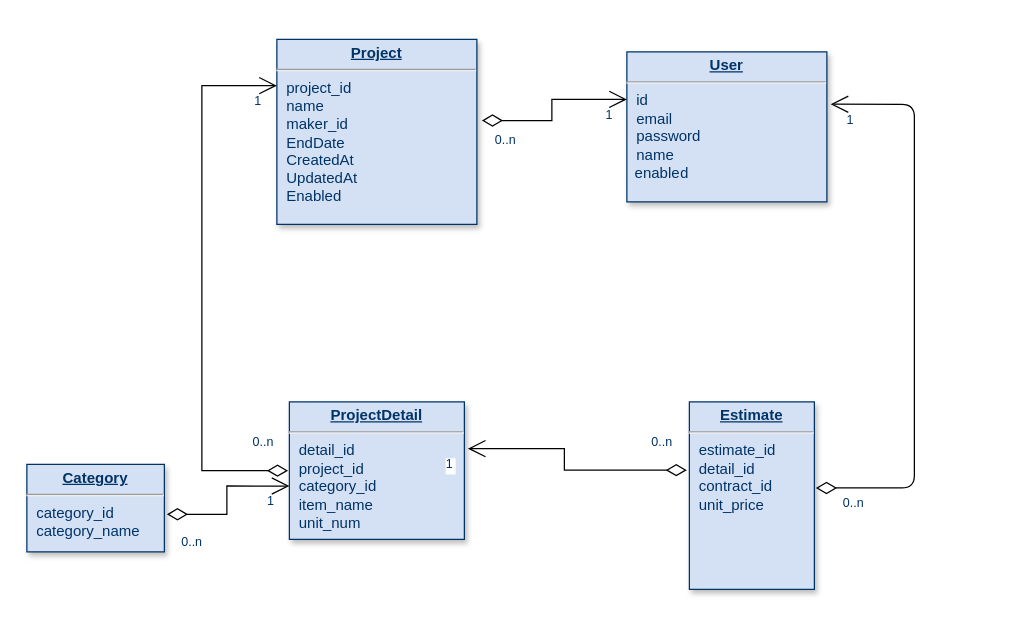
Above: Gs.drawio in xkeiji/gs_table (draw.io), before the change. Source tidied: cells renumbered, new cells numbered last; positions are measured from the earlier drawing's top-left corner, leaving out a move shared by most shapes. Both pictures are drawn from the tidied source at 125%, with x=0, y=0 at pixel (26, 39).
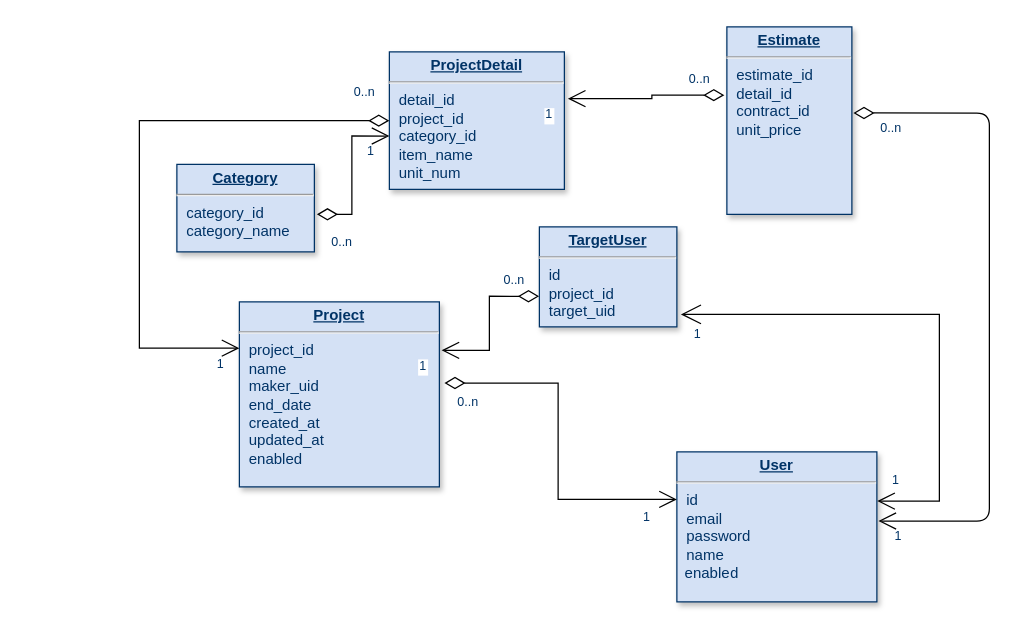
Above is the later version.

The change refers to these unchanged cells:
```xml
<mxCell id="5" style="endArrow=open;endSize=12;startArrow=diamondThin;startSize=14;startFill=0;edgeStyle=orthogonalEdgeStyle;exitX=1.025;exitY=0.439;rounded=0;entryX=0;entryY=0.317;entryDx=0;entryDy=0;entryPerimeter=0;exitDx=0;exitDy=0;exitPerimeter=0;" parent="1" edge="1" source="3" target="2">
  <mxGeometry x="559.4" y="60" as="geometry" />
</mxCell>
```

Change to the diagram source:
```diff
@@
     <mxCell id="2" value="&lt;p style=&quot;margin: 0px ; margin-top: 4px ; text-align: center ; text-decoration: underline&quot;&gt;&lt;strong&gt;User&lt;/strong&gt;&lt;/p&gt;&lt;hr&gt;&lt;p style=&quot;margin: 0px ; margin-left: 8px&quot;&gt;id&lt;/p&gt;&lt;p style=&quot;margin: 0px ; margin-left: 8px&quot;&gt;email&lt;br&gt;&lt;/p&gt;&lt;p style=&quot;margin: 0px ; margin-left: 8px&quot;&gt;password&lt;br&gt;&lt;/p&gt;&lt;p style=&quot;margin: 0px ; margin-left: 8px&quot;&gt;name&lt;br&gt;&lt;/p&gt;&amp;nbsp; enable&lt;code&gt;d&lt;/code&gt;" style="verticalAlign=top;align=left;overflow=fill;fontSize=12;fontFamily=Helvetica;html=1;strokeColor=#003366;shadow=1;fillColor=#D4E1F5;fontColor=#003366;" parent="1" vertex="1">
-      <mxGeometry x="480" y="10" width="160" height="120" as="geometry" />
+      <mxGeometry x="520" y="330" width="160" height="120" as="geometry" />
     </mxCell>
-    <mxCell id="3" value="&lt;p style=&quot;margin: 0px ; margin-top: 4px ; text-align: center ; text-decoration: underline&quot;&gt;&lt;strong&gt;Project&lt;/strong&gt;&lt;/p&gt;&lt;hr&gt;&lt;p style=&quot;margin: 0px ; margin-left: 8px&quot;&gt;project_id&lt;/p&gt;&lt;p style=&quot;margin: 0px ; margin-left: 8px&quot;&gt;name&lt;/p&gt;&lt;p style=&quot;margin: 0px ; margin-left: 8px&quot;&gt;&lt;span style=&quot;white-space: pre&quot;&gt;maker_id&lt;/span&gt;&lt;/p&gt;&lt;p style=&quot;margin: 0px ; margin-left: 8px&quot;&gt;EndDate&lt;/p&gt;&lt;p style=&quot;margin: 0px ; margin-left: 8px&quot;&gt;CreatedAt&lt;/p&gt;&lt;p style=&quot;margin: 0px ; margin-left: 8px&quot;&gt;UpdatedAt&lt;/p&gt;&lt;p style=&quot;margin: 0px ; margin-left: 8px&quot;&gt;Enabled&lt;br&gt;&lt;/p&gt;" style="verticalAlign=top;align=left;overflow=fill;fontSize=12;fontFamily=Helvetica;html=1;strokeColor=#003366;shadow=1;fillColor=#D4E1F5;fontColor=#003366;" parent="1" vertex="1">
-      <mxGeometry x="200" width="160" height="148" as="geometry" />
+    <mxCell id="3" value="&lt;p style=&quot;margin: 0px ; margin-top: 4px ; text-align: center ; text-decoration: underline&quot;&gt;&lt;strong&gt;Project&lt;/strong&gt;&lt;/p&gt;&lt;hr&gt;&lt;p style=&quot;margin: 0px ; margin-left: 8px&quot;&gt;project_id&lt;/p&gt;&lt;p style=&quot;margin: 0px ; margin-left: 8px&quot;&gt;name&lt;/p&gt;&lt;p style=&quot;margin: 0px ; margin-left: 8px&quot;&gt;&lt;span style=&quot;white-space: pre&quot;&gt;maker_uid&lt;/span&gt;&lt;/p&gt;&lt;p style=&quot;margin: 0px ; margin-left: 8px&quot;&gt;end_date&lt;/p&gt;&lt;p style=&quot;margin: 0px ; margin-left: 8px&quot;&gt;created_at&lt;/p&gt;&lt;p style=&quot;margin: 0px ; margin-left: 8px&quot;&gt;updated_at&lt;/p&gt;&lt;p style=&quot;margin: 0px ; margin-left: 8px&quot;&gt;enabled&lt;br&gt;&lt;/p&gt;" style="verticalAlign=top;align=left;overflow=fill;fontSize=12;fontFamily=Helvetica;html=1;strokeColor=#003366;shadow=1;fillColor=#D4E1F5;fontColor=#003366;" parent="1" vertex="1">
+      <mxGeometry x="170" y="210" width="160" height="148" as="geometry" />
     </mxCell>
     <mxCell id="4" value="&lt;p style=&quot;margin: 0px ; margin-top: 4px ; text-align: center ; text-decoration: underline&quot;&gt;&lt;strong&gt;ProjectDetail&lt;/strong&gt;&lt;/p&gt;&lt;hr&gt;&lt;p style=&quot;margin: 0px ; margin-left: 8px&quot;&gt;detail_id&lt;/p&gt;&lt;p style=&quot;margin: 0px ; margin-left: 8px&quot;&gt;project_id&lt;/p&gt;&lt;p style=&quot;margin: 0px ; margin-left: 8px&quot;&gt;category_id&lt;br&gt;&lt;/p&gt;&lt;p style=&quot;margin: 0px ; margin-left: 8px&quot;&gt;item_name&lt;/p&gt;&lt;p style=&quot;margin: 0px ; margin-left: 8px&quot;&gt;unit_num&lt;/p&gt;" style="verticalAlign=top;align=left;overflow=fill;fontSize=12;fontFamily=Helvetica;html=1;strokeColor=#003366;shadow=1;fillColor=#D4E1F5;fontColor=#003366;" parent="1" vertex="1">
-      <mxGeometry x="210" y="290" width="140" height="110" as="geometry" />
+      <mxGeometry x="290" y="10" width="140" height="110" as="geometry" />
     </mxCell>
@@
     <mxCell id="7" value="1" style="align=right;verticalAlign=top;labelBackgroundColor=#ffffff;fontSize=10;strokeColor=#003366;shadow=1;fillColor=#D4E1F5;fontColor=#003366;" parent="5" vertex="1">
       <mxGeometry x="1" relative="1" as="geometry">
-        <mxPoint x="-10" as="offset" />
+        <mxPoint x="-20" y="2" as="offset" />
       </mxGeometry>
     </mxCell>
-    <mxCell id="8" style="endArrow=open;endSize=12;startArrow=diamondThin;startSize=14;startFill=0;edgeStyle=orthogonalEdgeStyle;entryX=0;entryY=0.25;rounded=0;entryDx=0;entryDy=0;" parent="1" edge="1" target="3">
+    <mxCell id="8" style="endArrow=open;endSize=12;startArrow=diamondThin;startSize=14;startFill=0;edgeStyle=orthogonalEdgeStyle;entryX=0;entryY=0.25;rounded=0;entryDx=0;entryDy=0;exitX=0;exitY=0.5;exitDx=0;exitDy=0;" parent="1" edge="1" source="4" target="3">
       <mxGeometry x="209.4" y="430" as="geometry">
-        <mxPoint x="209" y="345" as="sourcePoint" />
         <Array as="points">
-          <mxPoint x="140" y="345" />
-          <mxPoint x="140" y="37" />
+          <mxPoint x="90" y="65" />
+          <mxPoint x="90" y="247" />
         </Array>
       </mxGeometry>
     </mxCell>
@@
-    <mxCell id="11" style="endArrow=open;endSize=12;startArrow=diamondThin;startSize=14;startFill=0;edgeStyle=orthogonalEdgeStyle;exitX=1.012;exitY=0.459;exitDx=0;exitDy=0;exitPerimeter=0;entryX=1.019;entryY=0.349;entryDx=0;entryDy=0;entryPerimeter=0;" parent="1" edge="1" source="18" target="2">
+    <mxCell id="11" style="endArrow=open;endSize=12;startArrow=diamondThin;startSize=14;startFill=0;edgeStyle=orthogonalEdgeStyle;exitX=1.012;exitY=0.459;exitDx=0;exitDy=0;exitPerimeter=0;entryX=1.008;entryY=0.461;entryDx=0;entryDy=0;entryPerimeter=0;" parent="1" edge="1" source="18" target="2">
       <mxGeometry x="159.4" y="-30" as="geometry">
         <Array as="points">
-          <mxPoint x="710" y="359" />
-          <mxPoint x="710" y="52" />
+          <mxPoint x="770" y="59" />
+          <mxPoint x="770" y="385" />
+          <mxPoint x="681" y="385" />
         </Array>
       </mxGeometry>
     </mxCell>
@@
     <mxCell id="17" value="&lt;p style=&quot;margin: 0px ; margin-top: 4px ; text-align: center ; text-decoration: underline&quot;&gt;&lt;strong&gt;Category&lt;/strong&gt;&lt;/p&gt;&lt;hr&gt;&lt;p style=&quot;margin: 0px ; margin-left: 8px&quot;&gt;category_id&lt;/p&gt;&lt;p style=&quot;margin: 0px ; margin-left: 8px&quot;&gt;category_name&lt;/p&gt;" style="verticalAlign=top;align=left;overflow=fill;fontSize=12;fontFamily=Helvetica;html=1;strokeColor=#003366;shadow=1;fillColor=#D4E1F5;fontColor=#003366;" parent="1" vertex="1">
-      <mxGeometry y="340" width="110" height="70" as="geometry" />
+      <mxGeometry x="120" y="100" width="110" height="70" as="geometry" />
     </mxCell>
     <mxCell id="18" value="&lt;p style=&quot;margin: 0px ; margin-top: 4px ; text-align: center ; text-decoration: underline&quot;&gt;&lt;strong&gt;Estimate&lt;/strong&gt;&lt;/p&gt;&lt;hr&gt;&lt;p style=&quot;margin: 0px ; margin-left: 8px&quot;&gt;estimate_id&lt;/p&gt;&lt;p style=&quot;margin: 0px ; margin-left: 8px&quot;&gt;detail_id&lt;/p&gt;&lt;p style=&quot;margin: 0px ; margin-left: 8px&quot;&gt;contract_id&lt;/p&gt;&lt;p style=&quot;margin: 0px ; margin-left: 8px&quot;&gt;unit_price&lt;/p&gt;&lt;p style=&quot;margin: 0px ; margin-left: 8px&quot;&gt;&lt;br&gt;&lt;/p&gt;&lt;p style=&quot;margin: 0px ; margin-left: 8px&quot;&gt;&lt;br&gt;&lt;/p&gt;" style="verticalAlign=top;align=left;overflow=fill;fontSize=12;fontFamily=Helvetica;html=1;strokeColor=#003366;shadow=1;fillColor=#D4E1F5;fontColor=#003366;" parent="1" vertex="1">
-      <mxGeometry x="530" y="290" width="100" height="150" as="geometry" />
+      <mxGeometry x="560" y="-10" width="100" height="150" as="geometry" />
     </mxCell>
     <mxCell id="19" style="endArrow=open;endSize=12;startArrow=diamondThin;startSize=14;startFill=0;edgeStyle=orthogonalEdgeStyle;entryX=1.02;entryY=0.34;rounded=0;entryDx=0;entryDy=0;entryPerimeter=0;exitX=-0.02;exitY=0.364;exitDx=0;exitDy=0;exitPerimeter=0;" parent="1" edge="1" source="18" target="4">
       <mxGeometry x="219.4" y="440" as="geometry">
         <Array as="points">
-          <mxPoint x="430" y="345" />
-          <mxPoint x="430" y="327" />
-          <mxPoint x="353" y="327" />
+          <mxPoint x="500" y="45" />
+          <mxPoint x="500" y="47" />
         </Array>
       </mxGeometry>
     </mxCell>
     <mxCell id="20" value="0..n" style="align=left;verticalAlign=top;labelBackgroundColor=#ffffff;fontSize=10;strokeColor=#003366;shadow=1;fillColor=#D4E1F5;fontColor=#003366;" parent="19" vertex="1">
       <mxGeometry x="-1" relative="1" as="geometry">
-        <mxPoint x="-30" y="-35" as="offset" />
+        <mxPoint x="-30" y="-25" as="offset" />
       </mxGeometry>
     </mxCell>
@@
+    <mxCell id="22" value="&lt;p style=&quot;margin: 0px ; margin-top: 4px ; text-align: center ; text-decoration: underline&quot;&gt;&lt;strong&gt;TargetUser&lt;/strong&gt;&lt;/p&gt;&lt;hr&gt;&lt;p style=&quot;margin: 0px ; margin-left: 8px&quot;&gt;id&lt;/p&gt;&lt;p style=&quot;margin: 0px ; margin-left: 8px&quot;&gt;project_id&lt;br&gt;&lt;/p&gt;&lt;p style=&quot;margin: 0px ; margin-left: 8px&quot;&gt;target_uid&lt;/p&gt;" style="verticalAlign=top;align=left;overflow=fill;fontSize=12;fontFamily=Helvetica;html=1;strokeColor=#003366;shadow=1;fillColor=#D4E1F5;fontColor=#003366;" parent="1" vertex="1">
+      <mxGeometry x="410" y="150" width="110" height="80" as="geometry" />
+    </mxCell>
+    <mxCell id="23" style="endArrow=open;endSize=12;startArrow=diamondThin;startSize=14;startFill=0;edgeStyle=orthogonalEdgeStyle;entryX=1.011;entryY=0.262;rounded=0;entryDx=0;entryDy=0;entryPerimeter=0;exitX=-0.002;exitY=0.694;exitDx=0;exitDy=0;exitPerimeter=0;" parent="1" edge="1" source="22" target="3">
+      <mxGeometry x="116.6" y="635.4" as="geometry">
+        <Array as="points">
+          <mxPoint x="370" y="206" />
+          <mxPoint x="370" y="249" />
+          <mxPoint x="332" y="249" />
+        </Array>
+      </mxGeometry>
+    </mxCell>
+    <mxCell id="24" value="0..n" style="align=left;verticalAlign=top;labelBackgroundColor=#ffffff;fontSize=10;strokeColor=#003366;shadow=1;fillColor=#D4E1F5;fontColor=#003366;" parent="23" vertex="1">
+      <mxGeometry x="-1" relative="1" as="geometry">
+        <mxPoint x="-30" y="-25" as="offset" />
+      </mxGeometry>
+    </mxCell>
+    <mxCell id="25" value="1" style="align=right;verticalAlign=top;labelBackgroundColor=#ffffff;fontSize=10;strokeColor=#003366;shadow=1;fillColor=#D4E1F5;fontColor=#003366;" parent="23" vertex="1">
+      <mxGeometry x="1" relative="1" as="geometry">
+        <mxPoint x="-11.1" as="offset" />
+      </mxGeometry>
+    </mxCell>
+    <mxCell id="26" style="endArrow=open;endSize=12;startArrow=open;startSize=14;startFill=0;edgeStyle=orthogonalEdgeStyle;exitX=1.029;exitY=0.875;rounded=0;entryX=1.002;entryY=0.328;entryDx=0;entryDy=0;entryPerimeter=0;exitDx=0;exitDy=0;exitPerimeter=0;" parent="1" edge="1" source="22" target="2">
+      <mxGeometry x="755.4" y="-25" as="geometry">
+        <Array as="points">
+          <mxPoint x="730" y="220" />
+          <mxPoint x="730" y="369" />
+        </Array>
+      </mxGeometry>
+    </mxCell>
+    <mxCell id="27" value="1" style="align=left;verticalAlign=top;labelBackgroundColor=#ffffff;fontSize=10;strokeColor=#003366;shadow=1;fillColor=#D4E1F5;fontColor=#003366;" parent="26" vertex="1">
+      <mxGeometry x="-1" relative="1" as="geometry">
+        <mxPoint x="8.9" y="3" as="offset" />
+      </mxGeometry>
+    </mxCell>
+    <mxCell id="28" value="1" style="align=right;verticalAlign=top;labelBackgroundColor=#ffffff;fontSize=10;strokeColor=#003366;shadow=1;fillColor=#D4E1F5;fontColor=#003366;" parent="26" vertex="1">
+      <mxGeometry x="1" relative="1" as="geometry">
+        <mxPoint x="19" y="-29" as="offset" />
+      </mxGeometry>
+    </mxCell>
```
